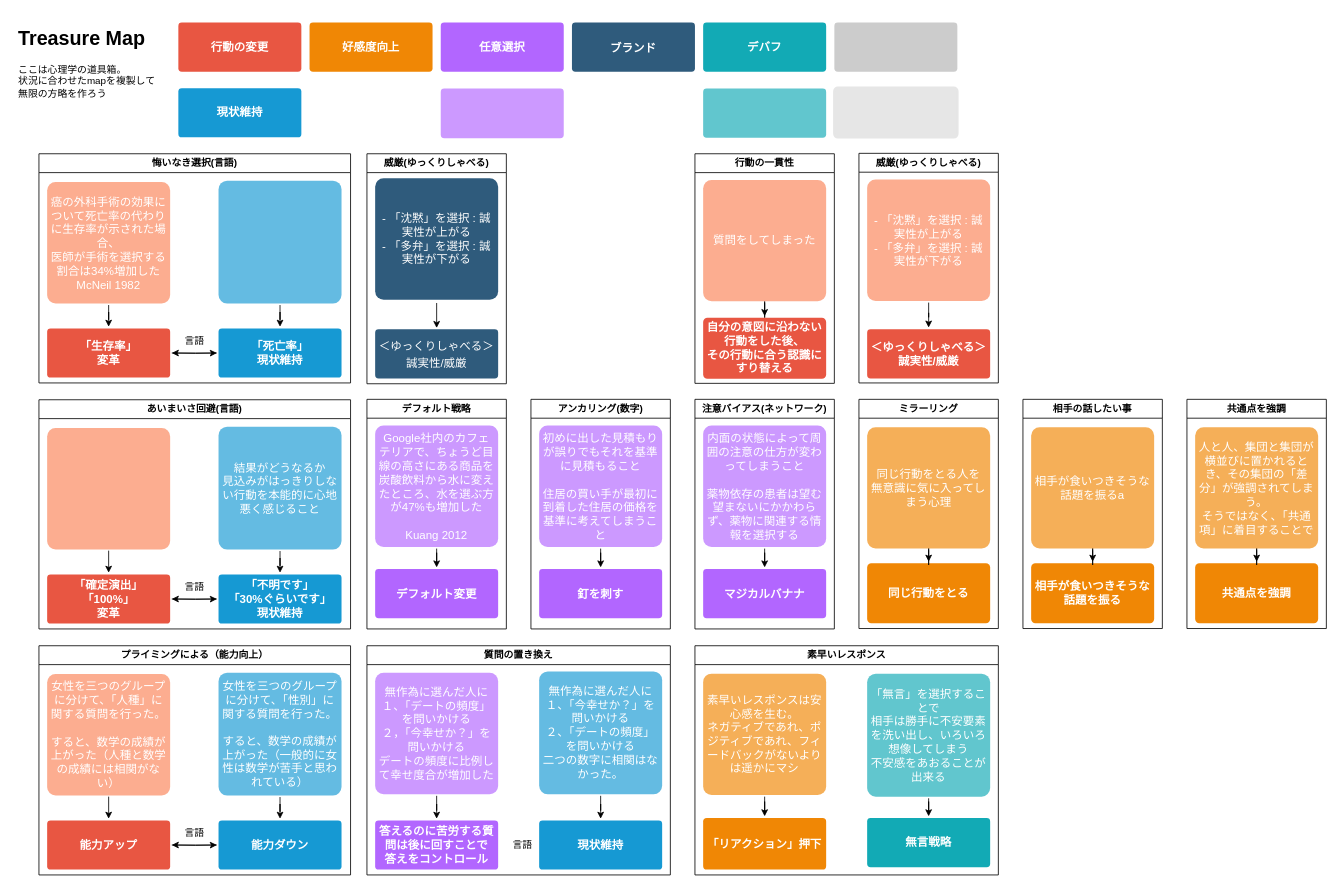
minegishirei/draw_v1 keeps this draw.io diagram as page "treasure_map" (1 of 8) of psy/psy.drawio. Above is the earlier version. Source tidied: cells renumbered, new cells numbered last; positions are measured from the earlier drawing's top-left corner, leaving out a move shared by most shapes. Both pictures are drawn from the tidied source at 82%, with x=0, y=0 at pixel (14, 22).
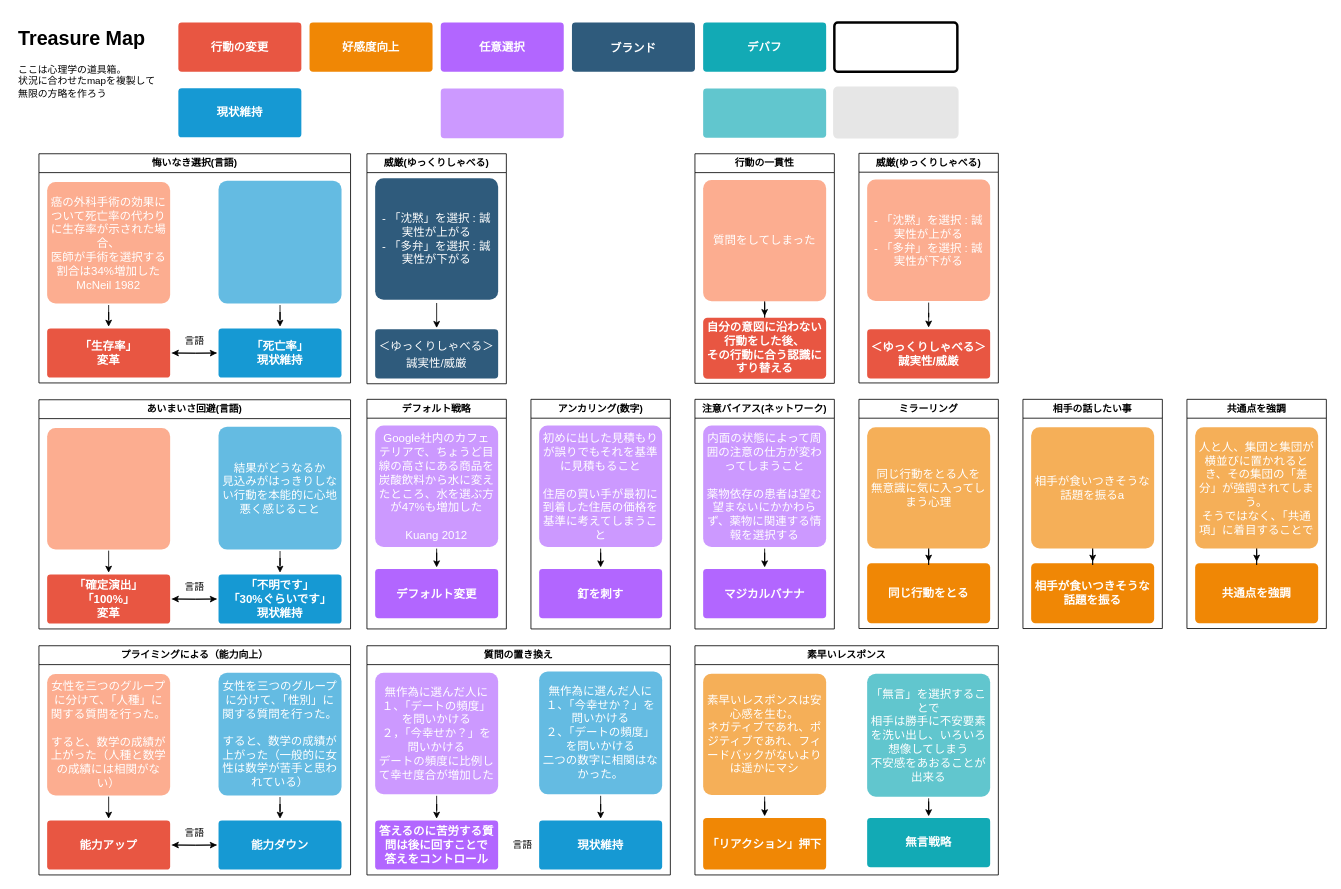
Above is the later version.

The edit, as a diff of the source:
```diff
@@
-    <mxCell id="34" style="rounded=1;whiteSpace=wrap;html=1;shadow=0;labelBackgroundColor=none;strokeColor=none;strokeWidth=3;fillColor=#CCCCCC;fontFamily=Helvetica;fontSize=14;fontColor=#FFFFFF;align=center;spacing=5;fontStyle=1;arcSize=7;perimeterSpacing=2;" parent="1" vertex="1">
+    <mxCell id="34" style="rounded=1;whiteSpace=wrap;html=1;shadow=0;labelBackgroundColor=none;strokeColor=#000000;strokeWidth=3;fillColor=#FFFFFF;fontFamily=Helvetica;fontSize=14;fontColor=#FFFFFF;align=center;spacing=5;fontStyle=1;arcSize=7;perimeterSpacing=2;" parent="1" vertex="1">
       <mxGeometry x="1000" width="150" height="60" as="geometry" />
     </mxCell>
```
